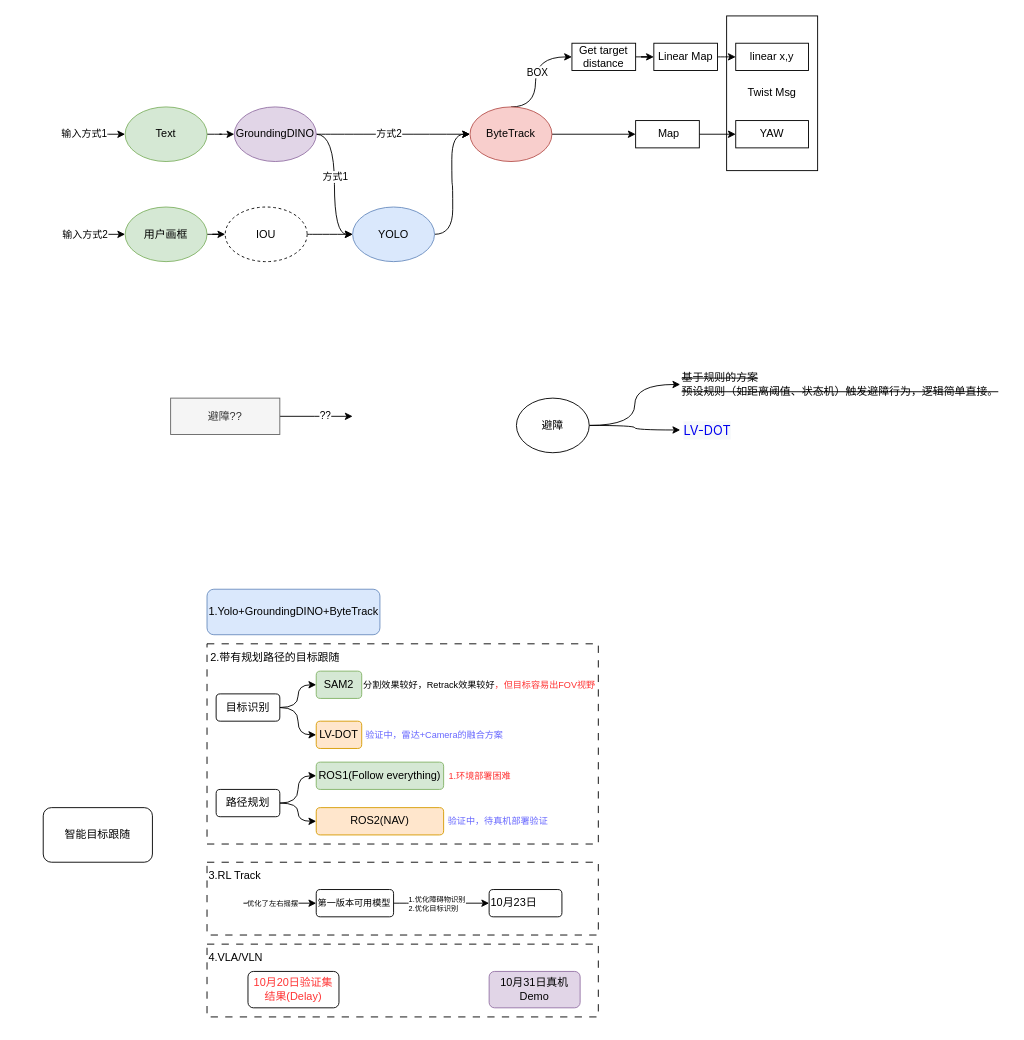
This is LLM/经典跟踪方法.drawio from mailonghua/drawio, a draw.io file, before an edit. Source tidied: cells renumbered, new cells numbered last; positions are measured from the earlier drawing's top-left corner, leaving out a move shared by most shapes. Both pictures are drawn from the tidied source at 91%, with x=0, y=0 at pixel (43, 15).
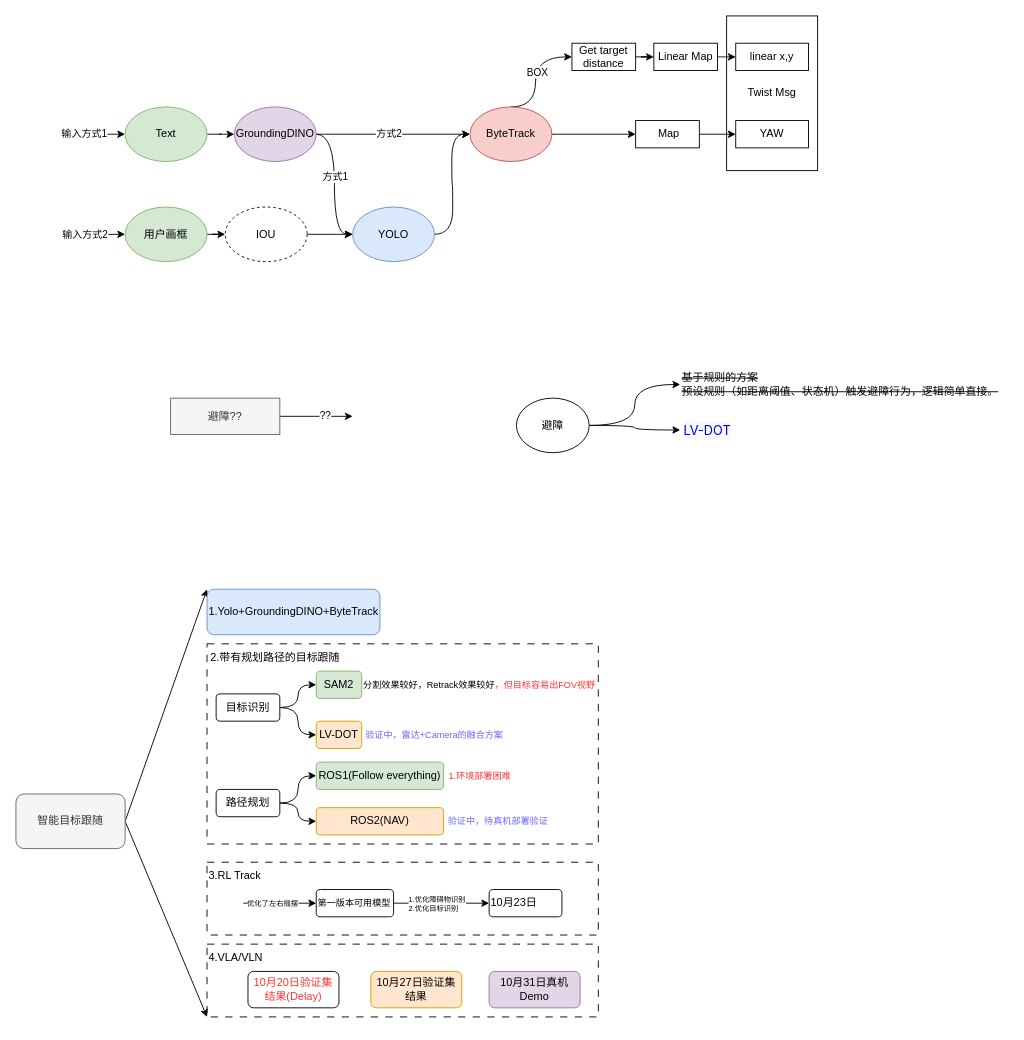
After the change.

Commit message:
更新经典跟踪方法.drawio

The change refers to these unchanged cells:
```xml
<mxCell id="42" value="1.Yolo+GroundingDINO+ByteTrack" style="rounded=1;whiteSpace=wrap;html=1;align=left;fillColor=#dae8fc;strokeColor=#6c8ebf;" parent="1" vertex="1">
  <mxGeometry x="180" y="630" width="190" height="50" as="geometry" />
</mxCell>
<mxCell id="66" style="rounded=0;whiteSpace=wrap;html=1;labelBackgroundColor=none;fillColor=none;dashed=1;dashPattern=8 8;strokeWidth=1;" parent="1" vertex="1">
  <mxGeometry x="180" y="1020" width="430" height="80" as="geometry" />
</mxCell>
```

The edit, as a diff of the source:
```diff
@@
+    <mxCell id="70" style="edgeStyle=none;rounded=0;jettySize=auto;html=1;exitX=1;exitY=0.5;exitDx=0;exitDy=0;entryX=0;entryY=0;entryDx=0;entryDy=0;" parent="1" edge="1" source="41" target="42">
+      <mxGeometry relative="1" as="geometry" />
+    </mxCell>
+    <mxCell id="71" style="edgeStyle=none;rounded=0;jettySize=auto;html=1;exitX=1;exitY=0.5;exitDx=0;exitDy=0;entryX=0;entryY=1;entryDx=0;entryDy=0;" parent="1" edge="1" source="41" target="66">
+      <mxGeometry relative="1" as="geometry" />
+    </mxCell>
-    <mxCell id="41" value="智能目标跟随" style="rounded=1;whiteSpace=wrap;html=1;" parent="1" vertex="1">
-      <mxGeometry y="870" width="120" height="60" as="geometry" />
+    <mxCell id="41" value="智能目标跟随" style="rounded=1;whiteSpace=wrap;html=1;fillColor=#f5f5f5;fontColor=#333333;strokeColor=#666666;" parent="1" vertex="1">
+      <mxGeometry x="-30" y="855" width="120" height="60" as="geometry" />
     </mxCell>
@@
+    <mxCell id="72" value="10月27日验证集结果" style="rounded=1;whiteSpace=wrap;html=1;fillColor=#ffe6cc;strokeColor=#d79b00;" parent="1" vertex="1">
+      <mxGeometry x="360" y="1050" width="100" height="40" as="geometry" />
+    </mxCell>
```
